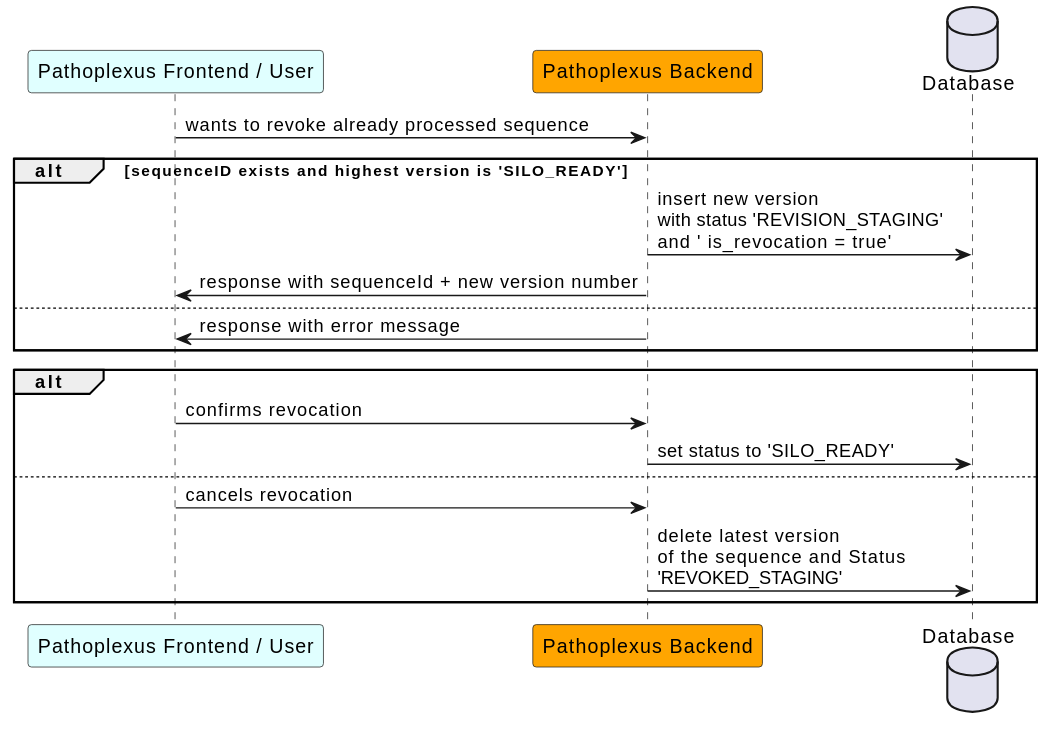
Earlier version of the PlantUML export backend/docs/plantuml/sequenceRevocation.svg (loculus-project/loculus).
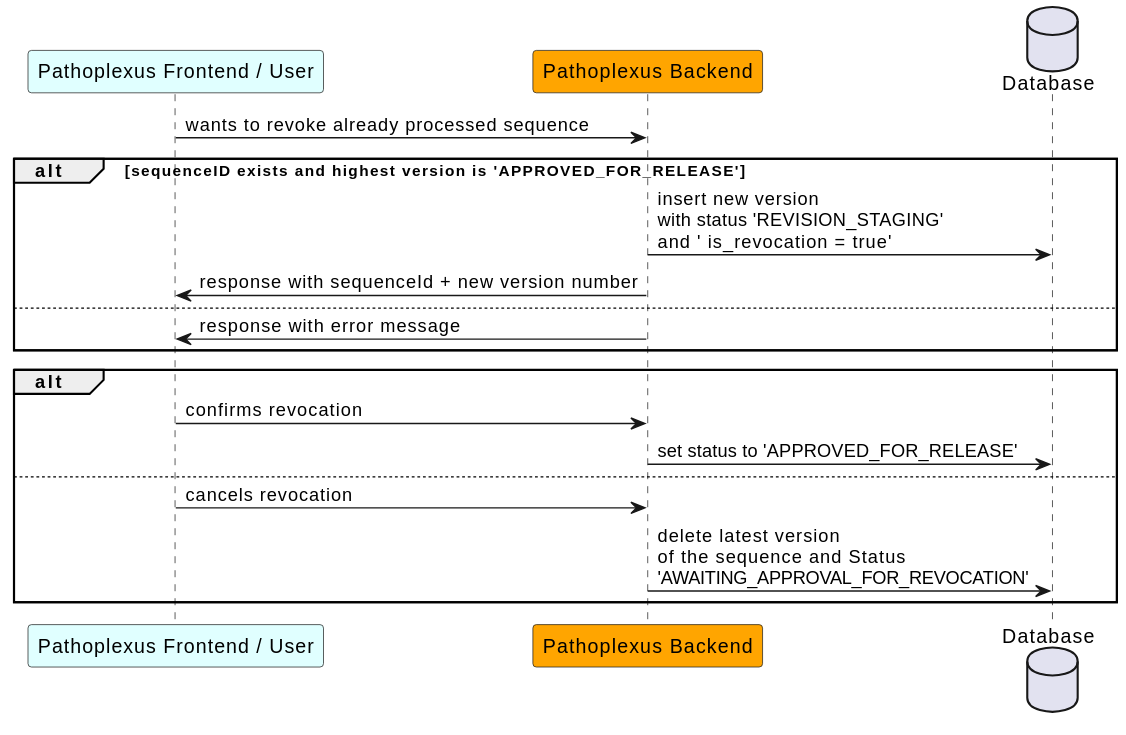
The same diagram one commit later.

What changed in the source:
```diff
@@ -5,7 +5,7 @@
 
     frontend -> backend: wants to revoke already processed sequence
 
-     alt sequenceID exists and highest version is 'SILO_READY'
+     alt sequenceID exists and highest version is 'APPROVED_FOR_RELEASE'
         backend -> DB: insert new version\nwith status 'REVISION_STAGING' \nand ' is_revocation = true'
     backend -> frontend: response with sequenceId + new version number
     else
@@ -14,9 +14,9 @@
 
     alt
         frontend -> backend: confirms revocation
-        backend -> DB: set status to 'SILO_READY'
+        backend -> DB: set status to 'APPROVED_FOR_RELEASE'
     else
         frontend -> backend: cancels revocation
-        backend -> DB: delete latest version \nof the sequence and Status \n'REVOKED_STAGING'
+        backend -> DB: delete latest version \nof the sequence and Status \n'AWAITING_APPROVAL_FOR_REVOCATION'
     end
 @enduml
```
